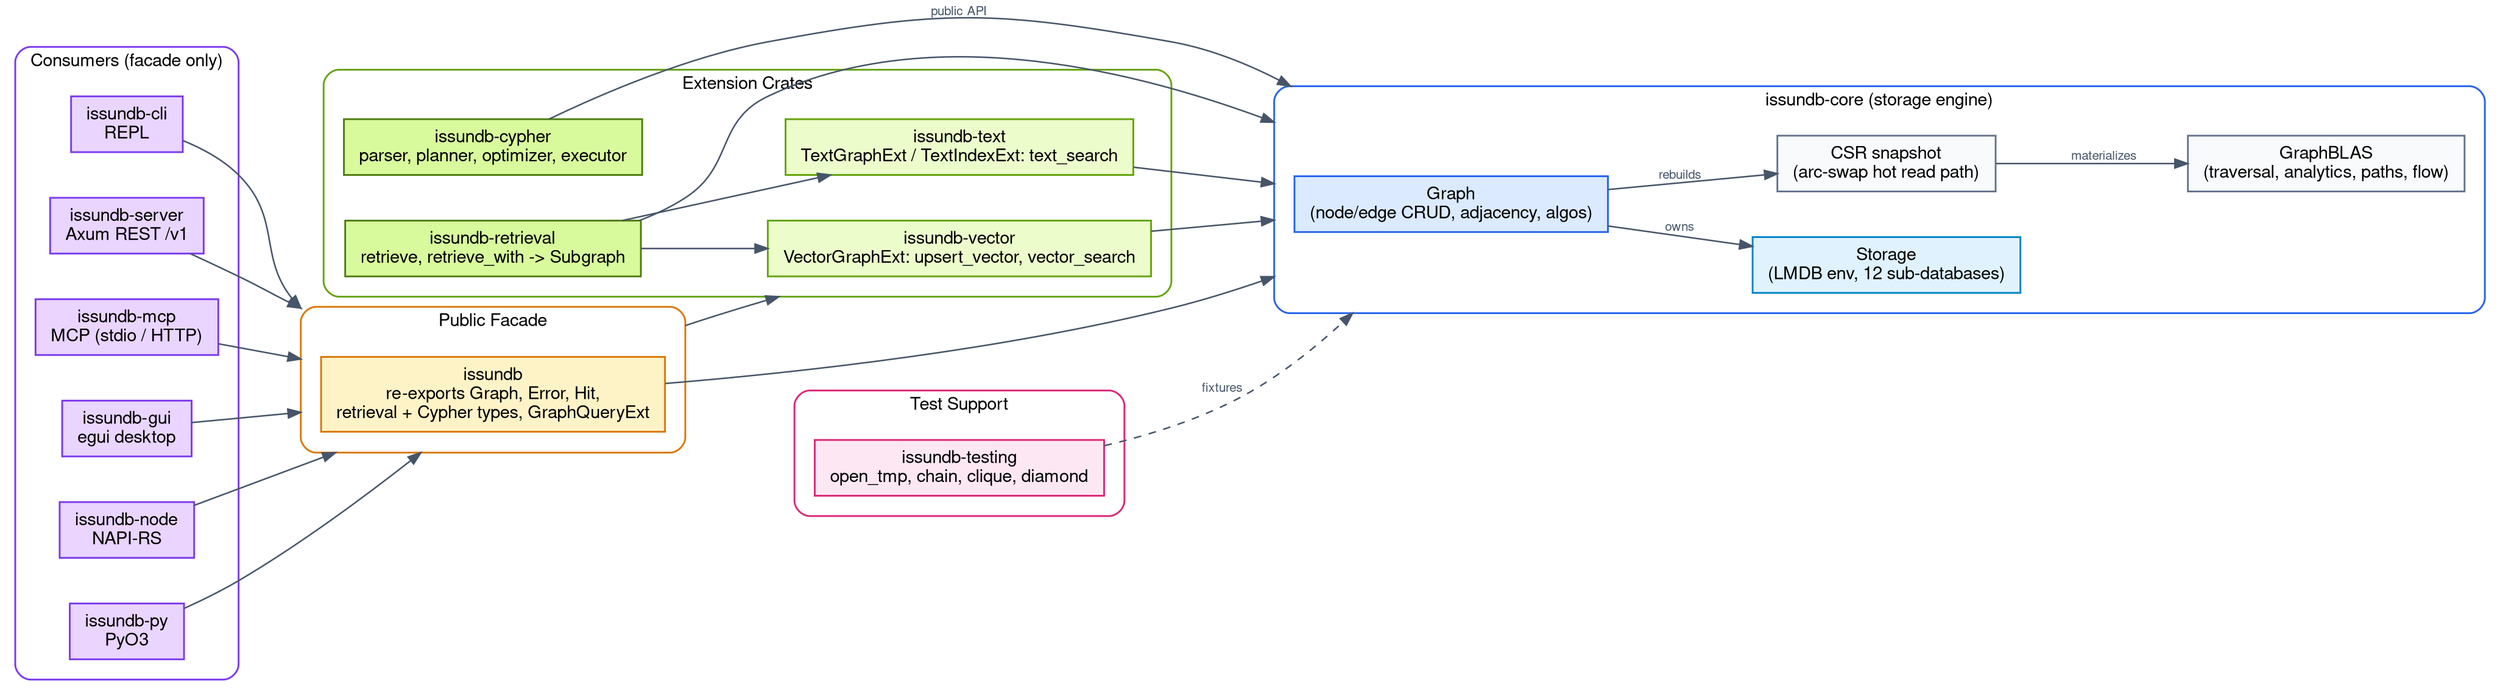
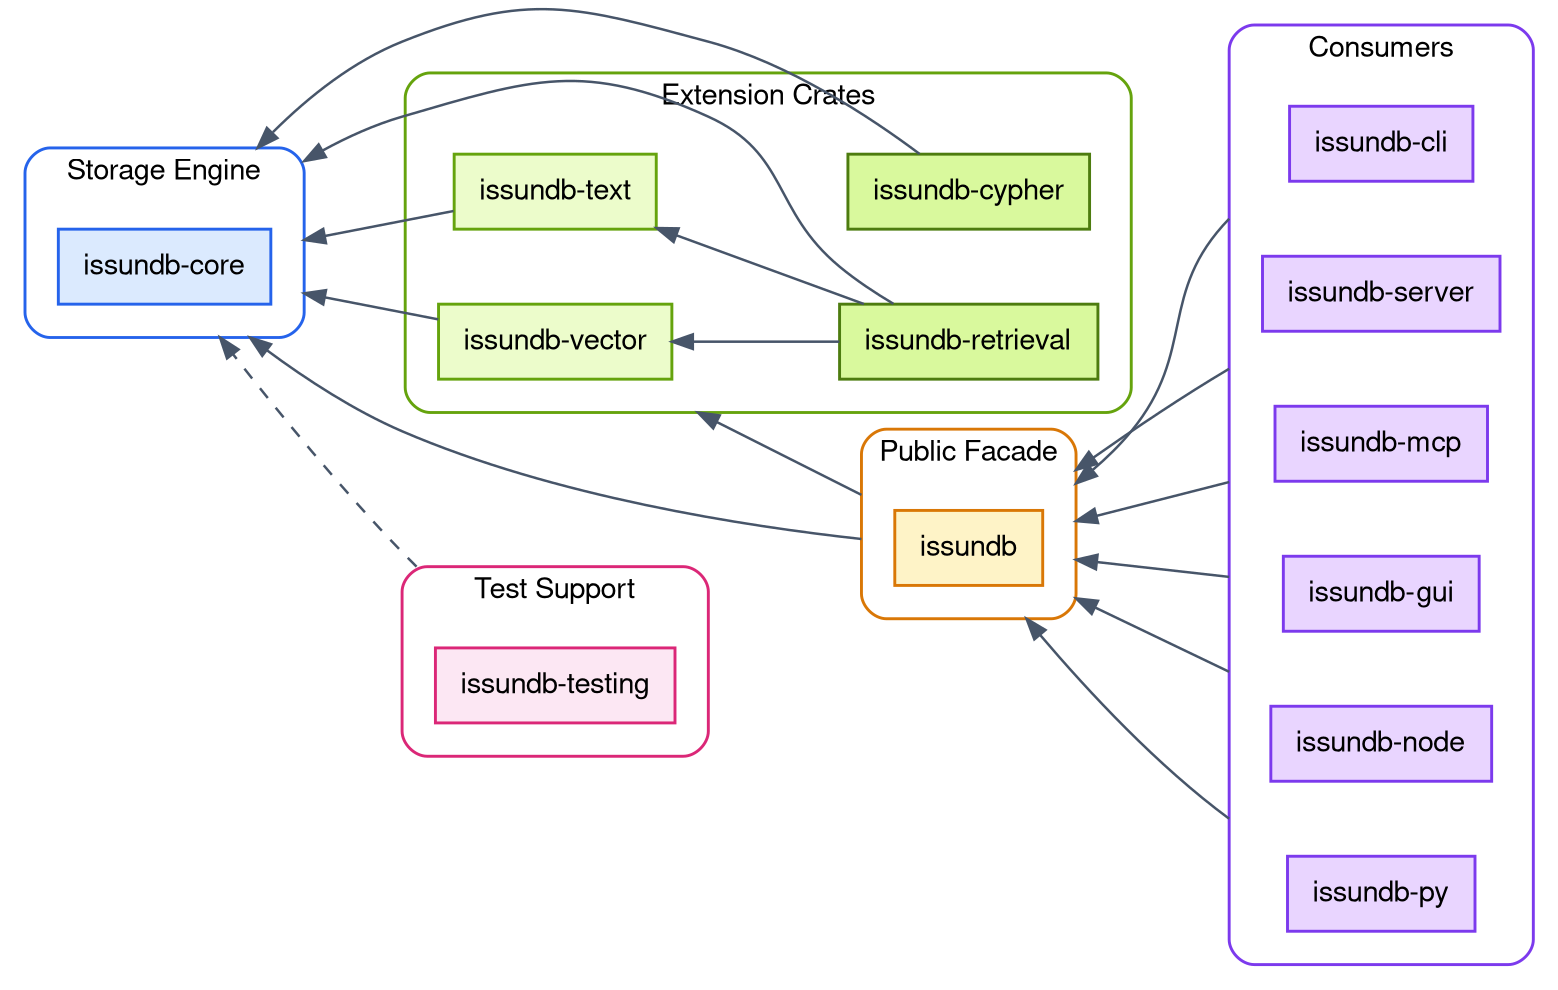
digraph IssunDBArchitecture {
    fontname = "Helvetica,Arial,sans-serif"
    layout = dot
-     rankdir = LR
+     rankdir = RL
    ranksep = 1.1
    nodesep = 0.5
    splines = true
    bgcolor = "white"
    compound = true

    node [
    fontname = "Helvetica,Arial,sans-serif",
    shape = rect,
    style = "filled",
    color = "#475569",
    fillcolor = "white",
    penwidth = 1.4,
    margin = "0.16,0.10"
    ]

    edge [
    fontname = "Helvetica,Arial,sans-serif",
    fontsize = 10,
    color = "#475569",
    fontcolor = "#475569",
    penwidth = 1.2
    ]

    // ---------------------------------------------------------------
    // Storage engine: the foundation crate.
    // ---------------------------------------------------------------
    subgraph cluster_core {
-     label = "issundb-core (storage engine)"
+     label = "Storage Engine"
    fontname = "Helvetica,Arial,sans-serif"
    fontsize = 14
    style = "rounded"
    color = "#2563EB"
    penwidth = 1.4
    margin = 16

-     core_graph [label = "Graph\n(node/edge CRUD, adjacency, algos)", fillcolor = "#DBEAFE", color = "#2563EB"]
-     core_storage [label = "Storage\n(LMDB env, 12 sub-databases)", fillcolor = "#E0F2FE", color = "#0284C7"]
-     core_csr [label = "CSR snapshot\n(arc-swap hot read path)", fillcolor = "#F8FAFC", color = "#64748B"]
-     core_gblas [label = "GraphBLAS\n(traversal, analytics, paths, flow)", fillcolor = "#F8FAFC", color = "#64748B"]
- 
-     core_graph -> core_storage [label = "owns"]
-     core_graph -> core_csr [label = "rebuilds"]
-     core_csr -> core_gblas [label = "materializes"]
+     core [label = "issundb-core", fillcolor = "#DBEAFE", color = "#2563EB"]
    }

    // ---------------------------------------------------------------
    // Extension crates: depend on core, never on each other upward.
    // ---------------------------------------------------------------
    subgraph cluster_ext {
    label = "Extension Crates"
    fontname = "Helvetica,Arial,sans-serif"
    fontsize = 14
    style = "rounded"
    color = "#65A30D"
    penwidth = 1.4
    margin = 16

-     vector [label = "issundb-vector\nVectorGraphExt: upsert_vector, vector_search", fillcolor = "#ECFCCB", color = "#65A30D"]
-     text [label = "issundb-text\nTextGraphExt / TextIndexExt: text_search", fillcolor = "#ECFCCB", color = "#65A30D"]
-     retrieval [label = "issundb-retrieval\nretrieve, retrieve_with -> Subgraph", fillcolor = "#D9F99D", color = "#4D7C0F"]
-     cypher [label = "issundb-cypher\nparser, planner, optimizer, executor", fillcolor = "#D9F99D", color = "#4D7C0F"]
+     vector [label = "issundb-vector", fillcolor = "#ECFCCB", color = "#65A30D"]
+     text [label = "issundb-text", fillcolor = "#ECFCCB", color = "#65A30D"]
+     retrieval [label = "issundb-retrieval", fillcolor = "#D9F99D", color = "#4D7C0F"]
+     cypher [label = "issundb-cypher", fillcolor = "#D9F99D", color = "#4D7C0F"]
    }

    // ---------------------------------------------------------------
    // Public facade.
    // ---------------------------------------------------------------
    subgraph cluster_facade {
    label = "Public Facade"
    fontname = "Helvetica,Arial,sans-serif"
    fontsize = 14
    style = "rounded"
    color = "#D97706"
    penwidth = 1.4
    margin = 16

-     facade [label = "issundb\nre-exports Graph, Error, Hit,\nretrieval + Cypher types, GraphQueryExt", fillcolor = "#FEF3C7", color = "#D97706"]
+     facade [label = "issundb", fillcolor = "#FEF3C7", color = "#D97706"]
    }

    // ---------------------------------------------------------------
    // Consumers: bindings, servers, tools. Facade-only.
    // ---------------------------------------------------------------
    subgraph cluster_consumers {
-     label = "Consumers (facade only)"
+     label = "Consumers"
    fontname = "Helvetica,Arial,sans-serif"
    fontsize = 14
    style = "rounded"
    color = "#7C3AED"
    penwidth = 1.4
    margin = 16

-     cli [label = "issundb-cli\nREPL", fillcolor = "#E9D5FF", color = "#7C3AED"]
-     server [label = "issundb-server\nAxum REST /v1", fillcolor = "#E9D5FF", color = "#7C3AED"]
-     mcp [label = "issundb-mcp\nMCP (stdio / HTTP)", fillcolor = "#E9D5FF", color = "#7C3AED"]
-     gui [label = "issundb-gui\negui desktop", fillcolor = "#E9D5FF", color = "#7C3AED"]
-     node_bind [label = "issundb-node\nNAPI-RS", fillcolor = "#E9D5FF", color = "#7C3AED"]
-     py_bind [label = "issundb-py\nPyO3", fillcolor = "#E9D5FF", color = "#7C3AED"]
+     cli [label = "issundb-cli", fillcolor = "#E9D5FF", color = "#7C3AED"]
+     server [label = "issundb-server", fillcolor = "#E9D5FF", color = "#7C3AED"]
+     mcp [label = "issundb-mcp", fillcolor = "#E9D5FF", color = "#7C3AED"]
+     gui [label = "issundb-gui", fillcolor = "#E9D5FF", color = "#7C3AED"]
+     node_bind [label = "issundb-node", fillcolor = "#E9D5FF", color = "#7C3AED"]
+     py_bind [label = "issundb-py", fillcolor = "#E9D5FF", color = "#7C3AED"]
    }

    // ---------------------------------------------------------------
    // Test fixtures: depend on core, never imported by production.
    // ---------------------------------------------------------------
    subgraph cluster_testing {
    label = "Test Support"
    fontname = "Helvetica,Arial,sans-serif"
    fontsize = 14
    style = "rounded"
    color = "#DB2777"
    penwidth = 1.4
    margin = 16

-     testing [label = "issundb-testing\nopen_tmp, chain, clique, diamond", fillcolor = "#FCE7F3", color = "#DB2777"]
+     testing [label = "issundb-testing", fillcolor = "#FCE7F3", color = "#DB2777"]
    }

    // ---------------------------------------------------------------
    // Dependency edges (point from dependent to dependency).
+     // lhead/ltail clip the edge at the cluster border (compound = true)
+     // so arrows attach to the enclosing cluster, not the inner box.
    // ---------------------------------------------------------------
-     vector -> core_graph [lhead = cluster_core]
-     text -> core_graph [lhead = cluster_core]
-     retrieval -> core_graph [lhead = cluster_core]
+     vector -> core [lhead = cluster_core]
+     text -> core [lhead = cluster_core]
+     retrieval -> core [lhead = cluster_core]
    retrieval -> vector
    retrieval -> text
-     cypher -> core_graph [lhead = cluster_core, label = "public API"]
+     cypher -> core [lhead = cluster_core]

-     facade -> core_graph [lhead = cluster_core]
+     facade -> core [ltail = cluster_facade, lhead = cluster_core]
    facade -> vector [ltail = cluster_facade, lhead = cluster_ext]

-     cli -> facade [lhead = cluster_facade]
-     server -> facade [lhead = cluster_facade]
-     mcp -> facade [lhead = cluster_facade]
-     gui -> facade [lhead = cluster_facade]
-     node_bind -> facade [lhead = cluster_facade]
-     py_bind -> facade [lhead = cluster_facade]
+     cli -> facade [ltail = cluster_consumers, lhead = cluster_facade]
+     server -> facade [ltail = cluster_consumers, lhead = cluster_facade]
+     mcp -> facade [ltail = cluster_consumers, lhead = cluster_facade]
+     gui -> facade [ltail = cluster_consumers, lhead = cluster_facade]
+     node_bind -> facade [ltail = cluster_consumers, lhead = cluster_facade]
+     py_bind -> facade [ltail = cluster_consumers, lhead = cluster_facade]

-     testing -> core_graph [lhead = cluster_core, style = dashed, label = "fixtures"]
+     testing -> core [ltail = cluster_testing, lhead = cluster_core, style = dashed]
}
